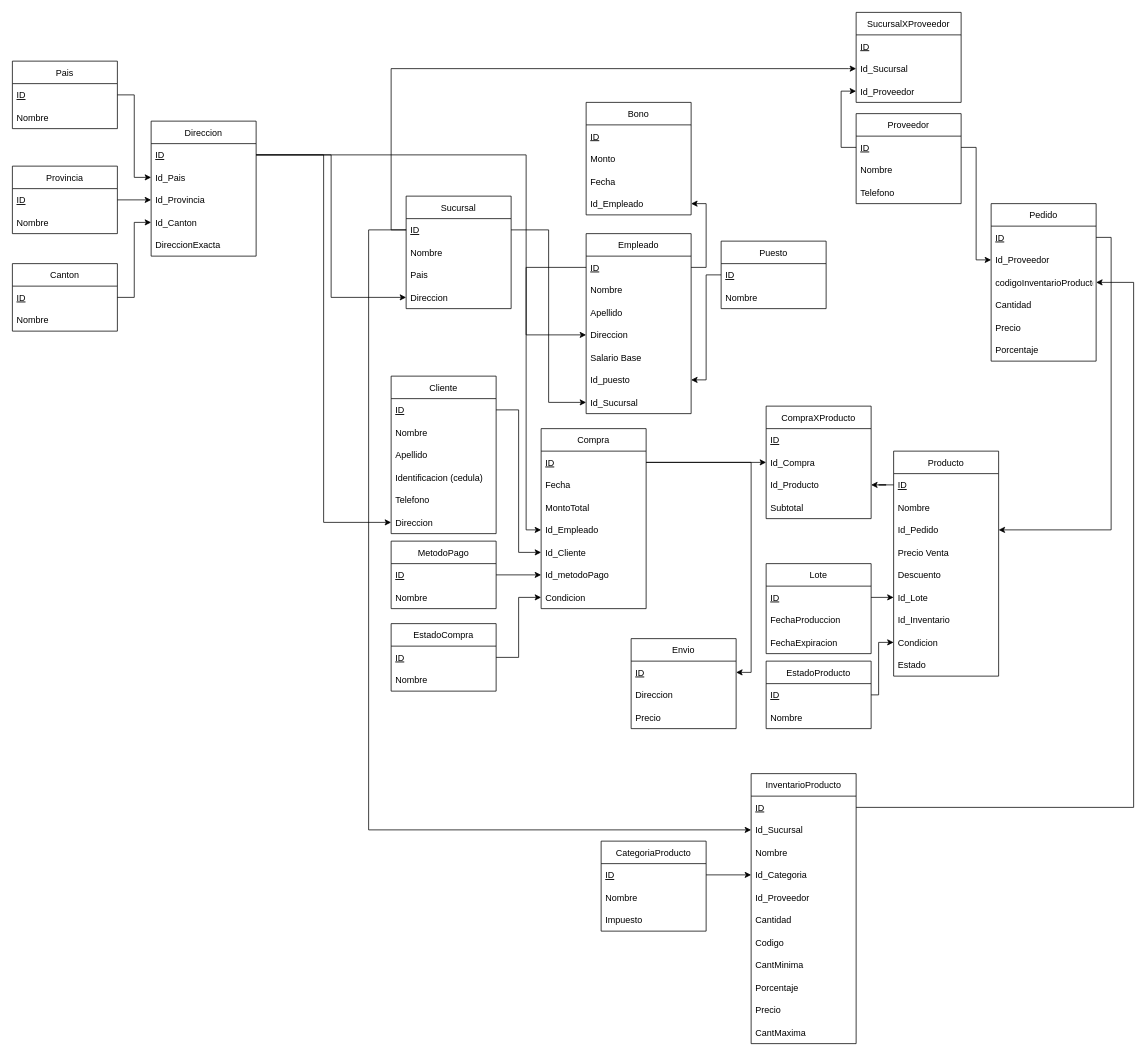
Above: diagrama de tablas.drawio in Valhylian/Proyecto1-BD (draw.io), before the change. Source tidied: cells renumbered, new cells numbered last; positions are measured from the earlier drawing's top-left corner, leaving out a move shared by most shapes. Both pictures are drawn from the tidied source at 75%, with x=0, y=0 at pixel (12, 12).
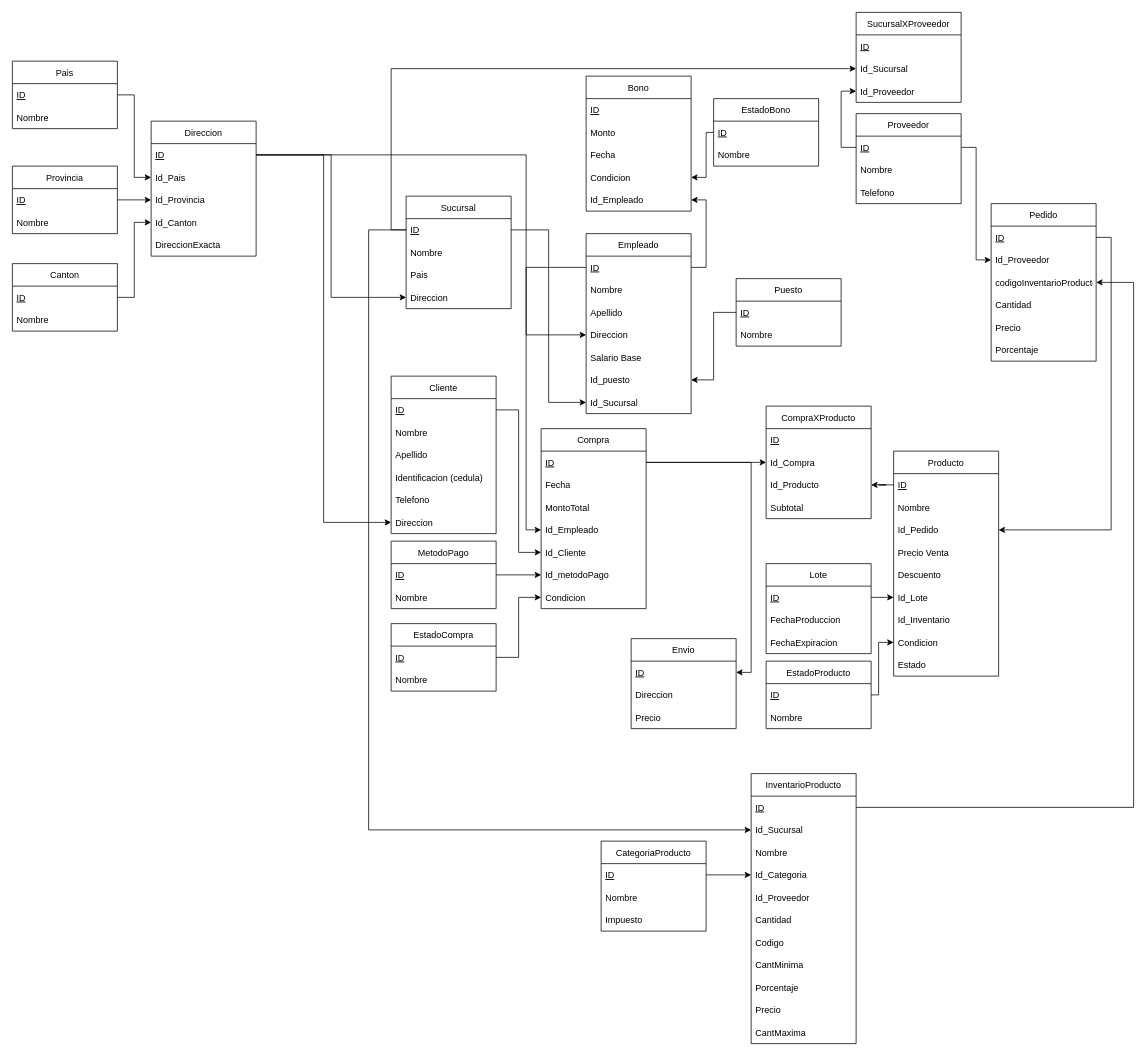
The same diagram, later.

What changed in the source:
```diff
@@
     <mxCell id="23" value="Puesto" style="swimlane;fontStyle=0;horizontal=1;startSize=30;" parent="1" vertex="1">
-      <mxGeometry x="945" y="305" width="140" height="90" as="geometry" />
+      <mxGeometry x="965" y="355" width="140" height="90" as="geometry" />
     </mxCell>
@@
     <mxCell id="68" value="Bono" style="swimlane;fontStyle=0;horizontal=1;startSize=30;" parent="1" vertex="1">
-      <mxGeometry x="765" y="120" width="140" height="150" as="geometry" />
+      <mxGeometry x="765" y="85" width="140" height="180" as="geometry" />
     </mxCell>
@@
+    <mxCell id="141" value="Condicion" style="text;strokeColor=none;fillColor=none;align=left;verticalAlign=middle;spacingLeft=4;spacingRight=4;overflow=hidden;points=[[0,0.5],[1,0.5]];portConstraint=eastwest;" parent="68" vertex="1">
+      <mxGeometry y="120" width="140" height="30" as="geometry" />
+    </mxCell>
     <mxCell id="72" value="Id_Empleado" style="text;strokeColor=none;fillColor=none;align=left;verticalAlign=middle;spacingLeft=4;spacingRight=4;overflow=hidden;points=[[0,0.5],[1,0.5]];portConstraint=eastwest;" parent="68" vertex="1">
-      <mxGeometry y="120" width="140" height="30" as="geometry" />
+      <mxGeometry y="150" width="140" height="30" as="geometry" />
     </mxCell>
@@
+    <mxCell id="142" value="EstadoBono" style="swimlane;fontStyle=0;horizontal=1;startSize=30;" parent="1" vertex="1">
+      <mxGeometry x="935" y="115" width="140" height="90" as="geometry" />
+    </mxCell>
+    <mxCell id="143" value="ID" style="text;strokeColor=none;fillColor=none;align=left;verticalAlign=middle;spacingLeft=4;spacingRight=4;overflow=hidden;points=[[0,0.5],[1,0.5]];portConstraint=eastwest;fontStyle=4;" parent="142" vertex="1">
+      <mxGeometry y="30" width="140" height="30" as="geometry" />
+    </mxCell>
+    <mxCell id="144" value="Nombre" style="text;strokeColor=none;fillColor=none;align=left;verticalAlign=middle;spacingLeft=4;spacingRight=4;overflow=hidden;" parent="142" vertex="1">
+      <mxGeometry y="60" width="140" height="30" as="geometry" />
+    </mxCell>
+    <mxCell id="145" style="edgeStyle=orthogonalEdgeStyle;rounded=0;jettySize=auto;html=1;exitX=0;exitY=0.5;exitDx=0;exitDy=0;entryX=1;entryY=0.5;entryDx=0;entryDy=0;" parent="1" edge="1" source="143" target="141">
+      <mxGeometry relative="1" as="geometry">
+        <Array as="points">
+          <mxPoint x="925" y="160" />
+          <mxPoint x="925" y="220" />
+        </Array>
+      </mxGeometry>
+    </mxCell>
```
